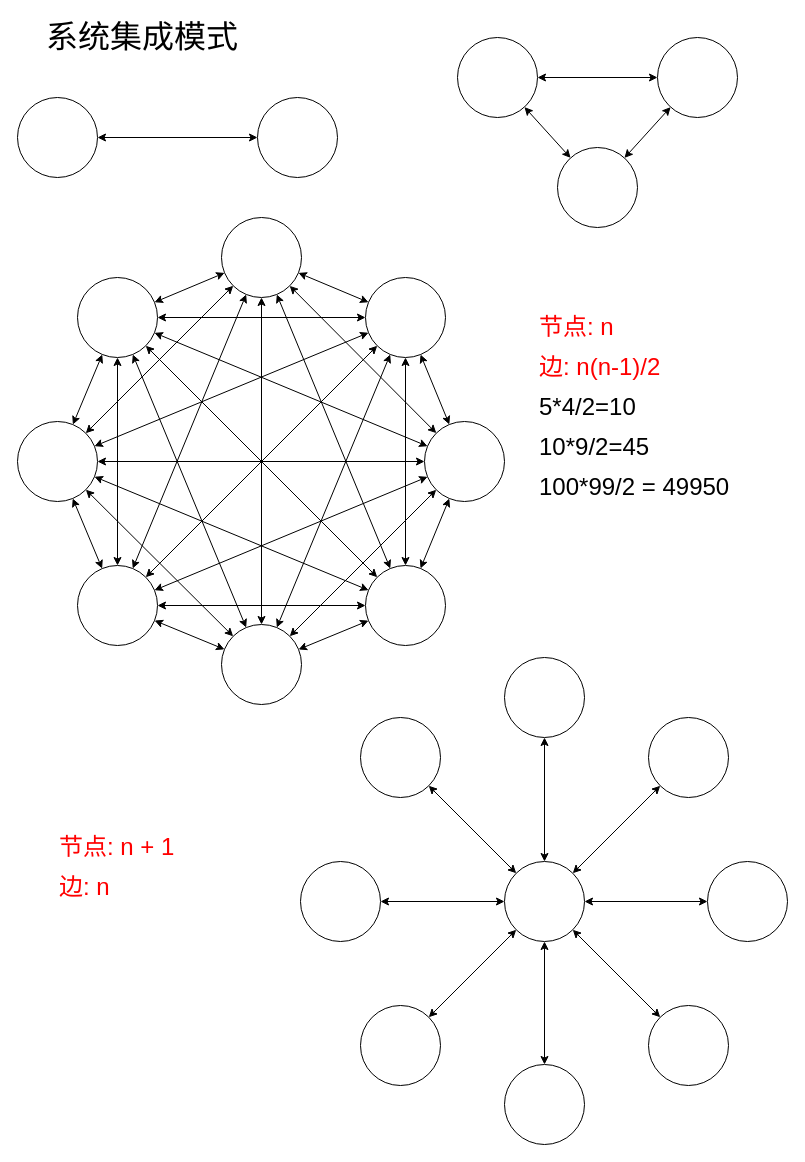
The draw.io diagram drawio/integrated.drawio in tlw-ray/dev-methodology, before the edit. Source tidied: cells renumbered, new cells numbered last; positions are measured from the earlier drawing's top-left corner, leaving out a move shared by most shapes. Both pictures are drawn from the tidied source at 100%, with x=0, y=0 at pixel (17, 17).
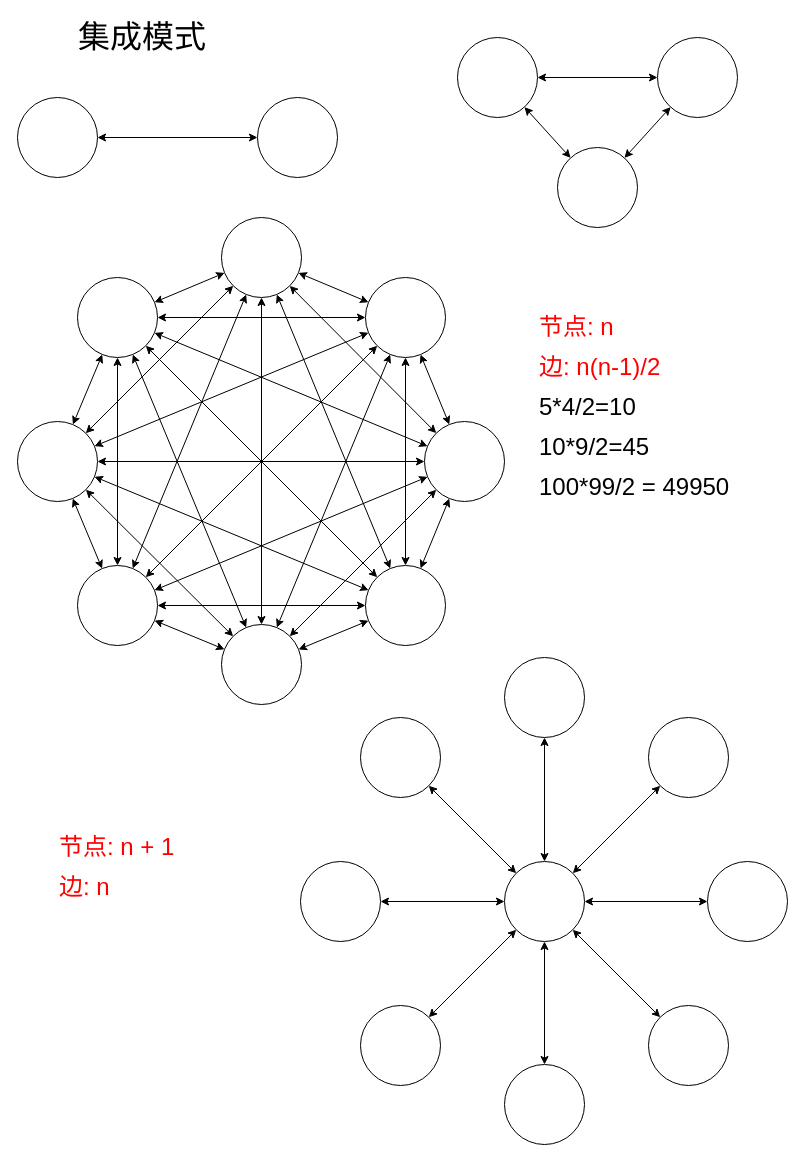
The same diagram, later.

Diff of the diagram source:
```diff
@@
-    <mxCell id="71" value="系统集成模式" style="text;html=1;strokeColor=none;fillColor=none;align=center;verticalAlign=middle;whiteSpace=wrap;rounded=0;fontSize=32;fontColor=#000000;" parent="1" vertex="1">
+    <mxCell id="71" value="集成模式" style="text;html=1;strokeColor=none;fillColor=none;align=center;verticalAlign=middle;whiteSpace=wrap;rounded=0;fontSize=32;fontColor=#000000;" parent="1" vertex="1">
       <mxGeometry width="250" height="40" as="geometry" />
     </mxCell>
```
